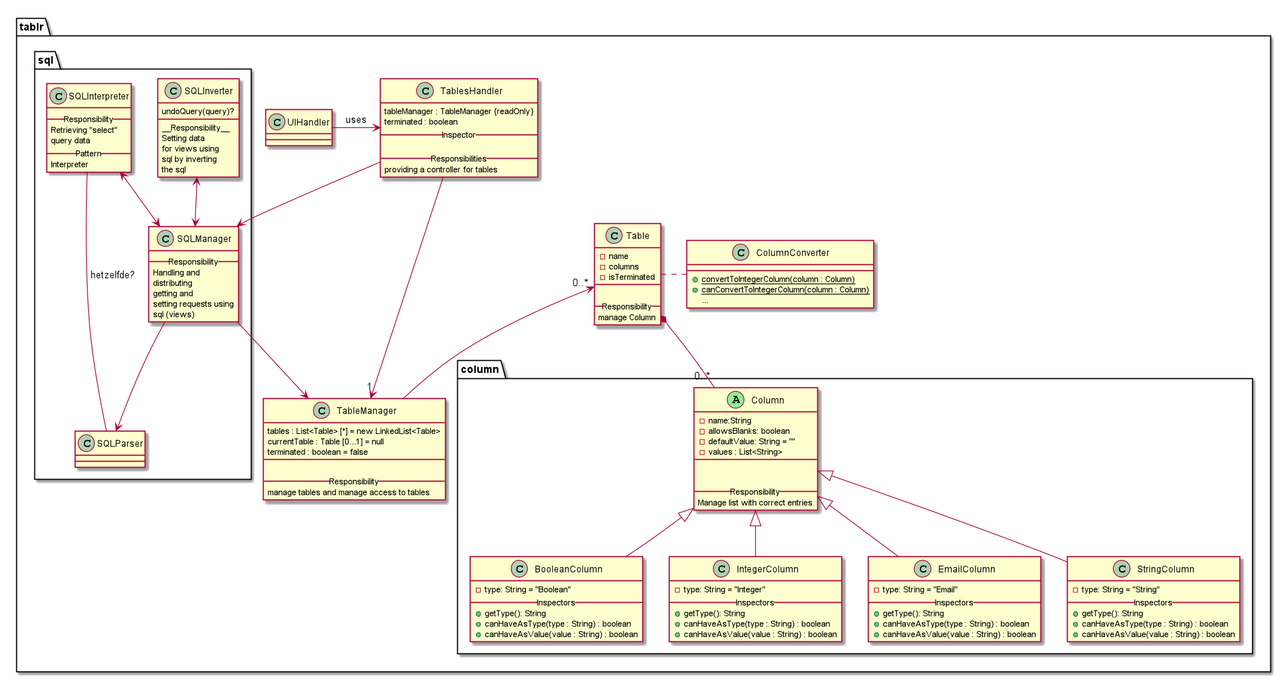
The PlantUML diagram diagrams/classDiagrams/voorstelThomas/backendFull.png in Bhamoss/softwareOntwerpProject, before a commit. Source of this version:
```plantuml
@startuml

package "tablr" {

    class ColumnConverter{
        ____
        +convertToIntegerColumn(column : Column) {static}
        +canConvertToIntegerColumn(column : Column) {static}
        ...
    }
    ColumnConverter -left...- Table

    UIHandler -> TablesHandler : uses

    class TablesHandler{
        tableManager : TableManager {readOnly}
        terminated : boolean
        __Inspector__

        __Responsibilities__
        providing a controller for tables
    }


    class TableManager{
        tables : List<Table> [*] = new LinkedList<Table>
        currentTable : Table [0...1] = null
        terminated : boolean = false
        __

        __Responsibility__
        manage tables and manage access to tables
    }

    Table "0..*" <-- TableManager
    TablesHandler --> "1" TableManager




    class Table{
        -name
        -columns
        -isTerminated
        __

        __Responsibility__
        manage Column
    }

    package "sql" {
        class SQLParser {

        }

        class SQLManager {
        __Responsibility__
        Handling and
        distributing
        getting and
        setting requests using
        sql (views)
        }
        TablesHandler --> SQLManager
        SQLManager --> TableManager
        SQLManager --> SQLParser

        class SQLInterpreter {
        __Responsibility__
        Retrieving "select"
        query data
        __Pattern__
        Interpreter
        }
        SQLInterpreter <--> SQLManager
        class SQLInverter {
        undoQuery(query)?
        ____
                __Responsibility__
                Setting data
                for views using
                sql by inverting
                the sql
                }
        SQLInverter <--> SQLManager
        SQLInterpreter -- SQLParser : hetzelfde?
    }

    package "column" {

        Column <|-- BooleanColumn
        Column <|-- IntegerColumn
        Column <|-- EmailColumn
        Column <|-- StringColumn

        class Column <<(A, lightgreen)>>{
            -name:String
            -allowsBlanks: boolean
            -defaultValue: String = ""
            -values : List<String>
            __


        __Responsibility__
        Manage list with correct entries
        }

        Table *-- "0..*" Column

        class BooleanColumn{
            -type: String = "Boolean"
            __Inspectors__
            +getType(): String
            +canHaveAsType(type : String) : boolean
            +canHaveAsValue(value : String) : boolean
        }
        class StringColumn{
            -type: String = "String"
            __Inspectors__
            +getType(): String
            +canHaveAsType(type : String) : boolean
            +canHaveAsValue(value : String) : boolean
        }
        class EmailColumn{
            -type: String = "Email"
            __Inspectors__
            +getType(): String
            +canHaveAsType(type : String) : boolean
            +canHaveAsValue(value : String) : boolean
        }
        class IntegerColumn{
            -type: String = "Integer"
            __Inspectors__
            +getType(): String
            +canHaveAsType(type : String) : boolean
            +canHaveAsValue(value : String) : boolean
        }


    }

@enduml
```
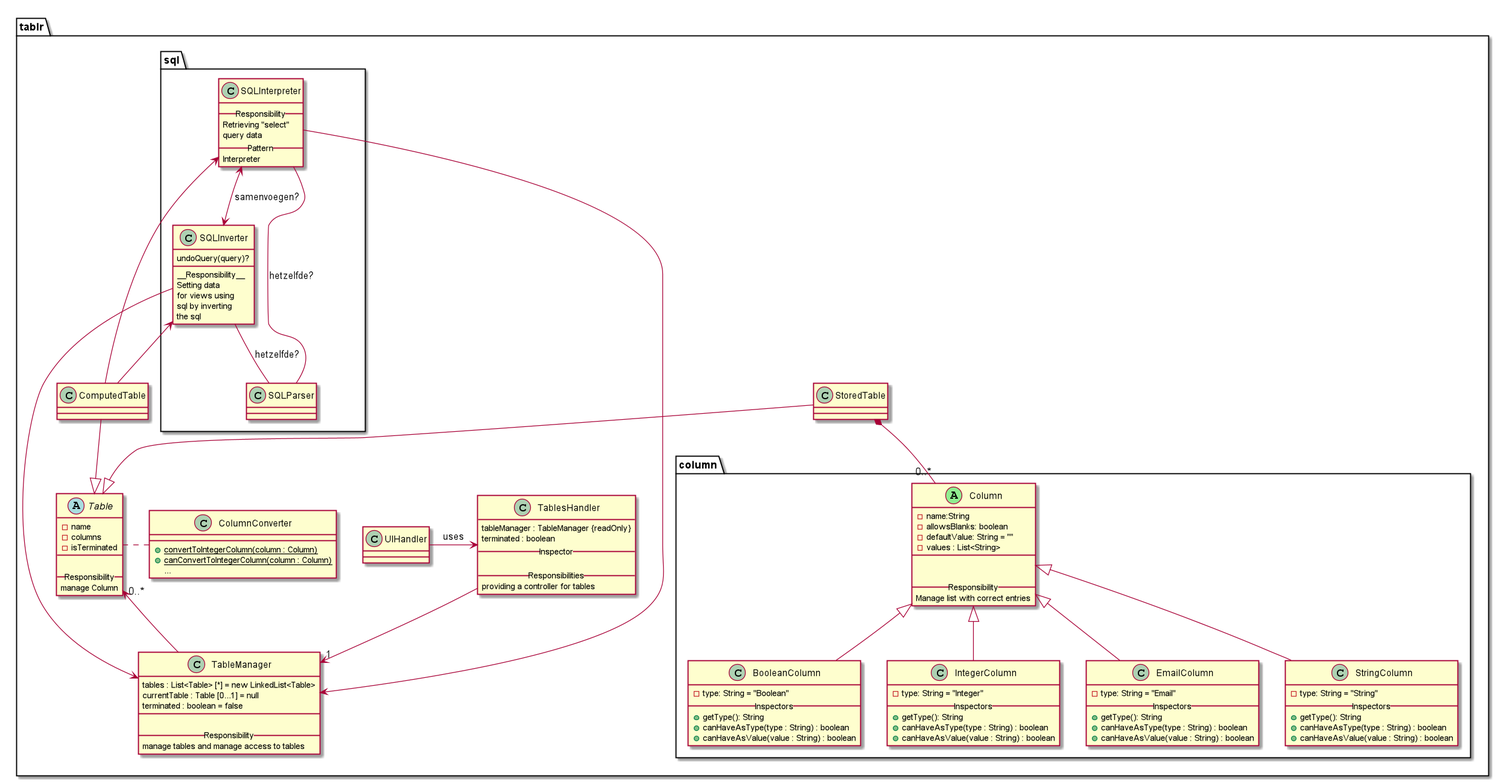
The same file after the commit.

Commit message:
class diagram 13/05

The edit, as a diff of the source:
```diff
@@ -38,7 +38,7 @@
 
 
 
-    class Table{
+    abstract class Table{
         -name
         -columns
         -isTerminated
@@ -48,22 +48,19 @@
         manage Column
     }
 
+    class StoredTable{
+    }
+    StoredTable --|> Table
+    class ComputedTable{
+    }
+    ComputedTable --|> Table
+
     package "sql" {
         class SQLParser {
 
         }
 
-        class SQLManager {
-        __Responsibility__
-        Handling and
-        distributing
-        getting and
-        setting requests using
-        sql (views)
-        }
-        TablesHandler --> SQLManager
-        SQLManager --> TableManager
-        SQLManager --> SQLParser
+
 
         class SQLInterpreter {
         __Responsibility__
@@ -72,7 +69,6 @@
         __Pattern__
         Interpreter
         }
-        SQLInterpreter <--> SQLManager
         class SQLInverter {
         undoQuery(query)?
         ____
@@ -82,8 +78,13 @@
                 sql by inverting
                 the sql
                 }
-        SQLInverter <--> SQLManager
+        SQLInverter -- SQLParser : hetzelfde?
         SQLInterpreter -- SQLParser : hetzelfde?
+        SQLInverter <-- ComputedTable
+        SQLInterpreter <-- ComputedTable
+        SQLInverter --> TableManager
+        SQLInterpreter --> TableManager
+        SQLInterpreter <--> SQLInverter : samenvoegen?
     }
 
     package "column" {
@@ -105,7 +106,7 @@
         Manage list with correct entries
         }
 
-        Table *-- "0..*" Column
+        StoredTable *-- "0..*" Column
 
         class BooleanColumn{
             -type: String = "Boolean"
```
